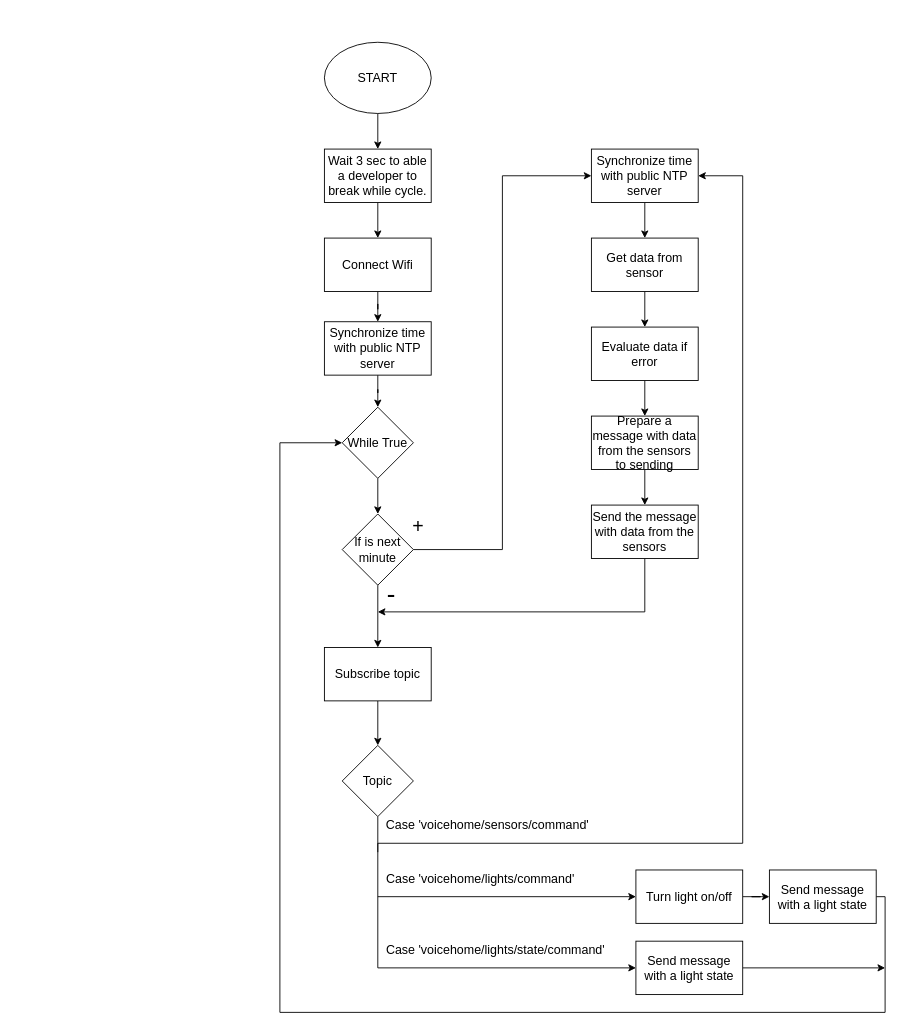
Above: egs/voicehome/doc/thesis/img/esp_diagram.drawio in kitt10/iot (draw.io), before the change. Source tidied: cells renumbered, new cells numbered last; positions are measured from the earlier drawing's top-left corner, leaving out a move shared by most shapes. Both pictures are drawn from the tidied source at 89%, with x=0, y=0 at pixel (279, 42).
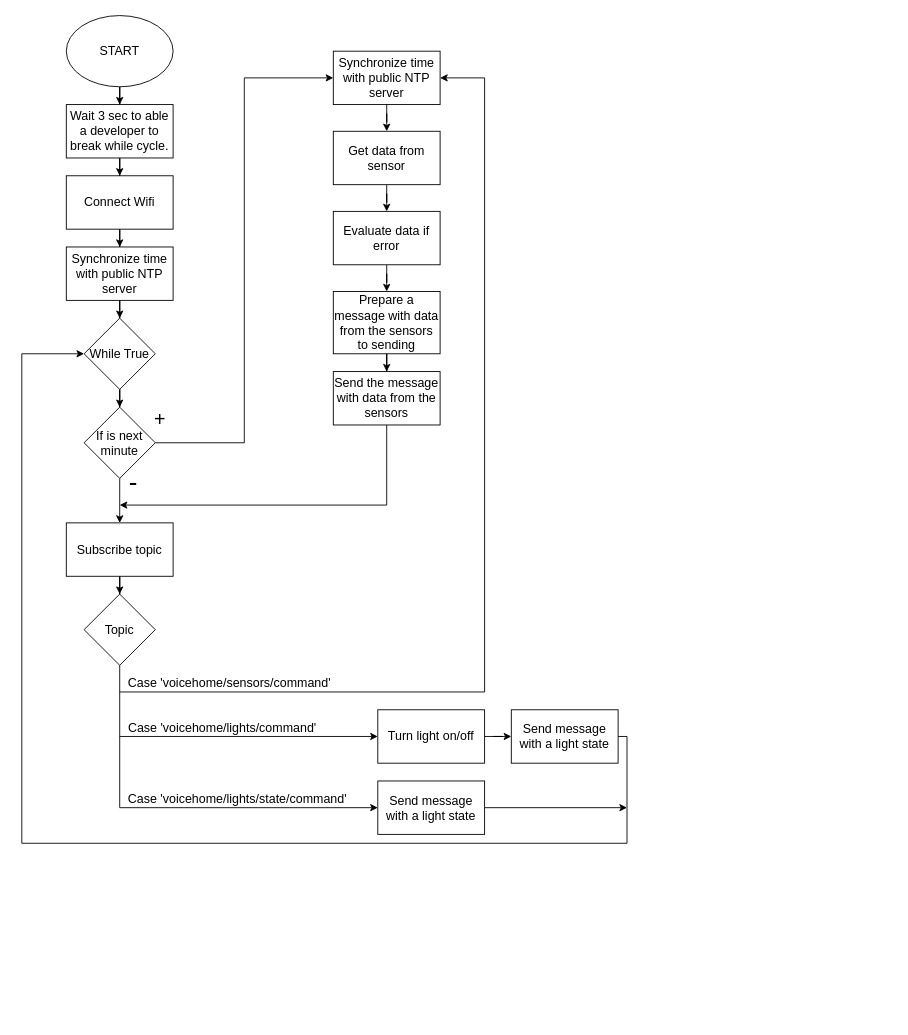
The same page after the edit.

The edit, as a diff of the source:
```diff
@@
     <mxCell id="3" value="START" style="ellipse;whiteSpace=wrap;html=1;fontSize=14;" parent="1" vertex="1">
-      <mxGeometry x="50" width="120" height="80" as="geometry" />
+      <mxGeometry x="-240" y="-30" width="120" height="80" as="geometry" />
     </mxCell>
-    <mxCell id="4" style="edgeStyle=orthogonalEdgeStyle;rounded=0;jettySize=auto;html=1;fontSize=14;" parent="1" edge="1" source="5" target="9">
-      <mxGeometry relative="1" as="geometry" />
-    </mxCell>
+    <mxCell id="42" style="edgeStyle=orthogonalEdgeStyle;rounded=0;jettySize=auto;html=1;fontSize=14;" parent="1" edge="1" source="5" target="44">
+      <mxGeometry relative="1" as="geometry" />
+    </mxCell>
     <mxCell id="5" value="Connect Wifi" style="rounded=0;whiteSpace=wrap;html=1;fontSize=14;" parent="1" vertex="1">
-      <mxGeometry x="50" y="220" width="120" height="60" as="geometry" />
+      <mxGeometry x="-240" y="150" width="120" height="60" as="geometry" />
     </mxCell>
@@
     <mxCell id="7" value="Wait 3 sec to able a developer to break while cycle." style="rounded=0;whiteSpace=wrap;html=1;fontSize=14;" parent="1" vertex="1">
-      <mxGeometry x="50" y="120" width="120" height="60" as="geometry" />
+      <mxGeometry x="-240" y="70" width="120" height="60" as="geometry" />
     </mxCell>
-    <mxCell id="8" style="edgeStyle=orthogonalEdgeStyle;rounded=0;jettySize=auto;html=1;fontSize=14;" parent="1" edge="1" source="9" target="11">
-      <mxGeometry relative="1" as="geometry" />
-    </mxCell>
-    <mxCell id="9" value="Synchronize time with public NTP server" style="rounded=0;whiteSpace=wrap;html=1;fontSize=14;" parent="1" vertex="1">
-      <mxGeometry x="50" y="314" width="120" height="60" as="geometry" />
-    </mxCell>
+    <mxCell id="43" style="edgeStyle=orthogonalEdgeStyle;rounded=0;jettySize=auto;html=1;fontSize=14;" parent="1" edge="1" source="44" target="11">
+      <mxGeometry relative="1" as="geometry" />
+    </mxCell>
+    <mxCell id="44" value="Synchronize time with public NTP server" style="rounded=0;whiteSpace=wrap;html=1;fontSize=14;" parent="1" vertex="1">
+      <mxGeometry x="-240" y="230" width="120" height="60" as="geometry" />
+    </mxCell>
@@
     <mxCell id="11" value="While True" style="rhombus;whiteSpace=wrap;html=1;fontSize=14;" parent="1" vertex="1">
-      <mxGeometry x="70" y="410" width="80" height="80" as="geometry" />
+      <mxGeometry x="-220" y="310" width="80" height="80" as="geometry" />
     </mxCell>
-    <mxCell id="12" style="edgeStyle=orthogonalEdgeStyle;rounded=0;jettySize=auto;html=1;entryX=0;entryY=0.5;entryDx=0;entryDy=0;fontSize=14;" parent="1" edge="1" source="14" target="17">
-      <mxGeometry relative="1" as="geometry" />
-    </mxCell>
+    <mxCell id="45" style="edgeStyle=orthogonalEdgeStyle;rounded=0;jettySize=auto;html=1;entryX=0;entryY=0.5;entryDx=0;entryDy=0;fontSize=14;" parent="1" edge="1" source="14" target="47">
+      <mxGeometry relative="1" as="geometry" />
+    </mxCell>
@@
     <mxCell id="14" value="If is next minute" style="rhombus;whiteSpace=wrap;html=1;fontSize=14;" parent="1" vertex="1">
-      <mxGeometry x="70" y="530" width="80" height="80" as="geometry" />
+      <mxGeometry x="-220" y="410" width="80" height="80" as="geometry" />
     </mxCell>
     <mxCell id="15" value="-" style="text;html=1;align=center;verticalAlign=middle;strokeColor=none;fontSize=29;" parent="1" vertex="1">
-      <mxGeometry x="110" y="600" width="30" height="40" as="geometry" />
+      <mxGeometry x="-180" y="475" width="30" height="40" as="geometry" />
     </mxCell>
-    <mxCell id="16" style="edgeStyle=orthogonalEdgeStyle;rounded=0;jettySize=auto;html=1;fontSize=14;" parent="1" edge="1" source="17" target="19">
-      <mxGeometry relative="1" as="geometry" />
-    </mxCell>
-    <mxCell id="17" value="Synchronize time with public NTP server" style="rounded=0;whiteSpace=wrap;html=1;fontSize=14;" parent="1" vertex="1">
-      <mxGeometry x="350" y="120" width="120" height="60" as="geometry" />
-    </mxCell>
+    <mxCell id="46" style="edgeStyle=orthogonalEdgeStyle;rounded=0;jettySize=auto;html=1;fontSize=14;" parent="1" edge="1" source="47" target="19">
+      <mxGeometry relative="1" as="geometry" />
+    </mxCell>
+    <mxCell id="47" value="Synchronize time with public NTP server" style="rounded=0;whiteSpace=wrap;html=1;fontSize=14;" parent="1" vertex="1">
+      <mxGeometry x="60" y="10" width="120" height="60" as="geometry" />
+    </mxCell>
@@
     <mxCell id="19" value="Get data from sensor" style="rounded=0;whiteSpace=wrap;html=1;fontSize=14;" parent="1" vertex="1">
-      <mxGeometry x="350" y="220" width="120" height="60" as="geometry" />
+      <mxGeometry x="60" y="100" width="120" height="60" as="geometry" />
     </mxCell>
@@
     <mxCell id="21" value="Evaluate data if error" style="rounded=0;whiteSpace=wrap;html=1;fontSize=14;" parent="1" vertex="1">
-      <mxGeometry x="350" y="320" width="120" height="60" as="geometry" />
+      <mxGeometry x="60" y="190" width="120" height="60" as="geometry" />
     </mxCell>
@@
     <mxCell id="23" value="Prepare a message with data from the sensors to sending" style="rounded=0;whiteSpace=wrap;html=1;fontSize=14;" parent="1" vertex="1">
-      <mxGeometry x="350" y="420" width="120" height="60" as="geometry" />
+      <mxGeometry x="60" y="280" width="120" height="70" as="geometry" />
     </mxCell>
-    <mxCell id="24" style="edgeStyle=orthogonalEdgeStyle;rounded=0;jettySize=auto;html=1;fontSize=14;" parent="1" edge="1" source="25">
-      <mxGeometry relative="1" as="geometry">
-        <mxPoint x="110" y="640" as="targetPoint" />
-        <Array as="points">
-          <mxPoint x="410" y="640" />
-        </Array>
-      </mxGeometry>
-    </mxCell>
+    <mxCell id="48" style="edgeStyle=orthogonalEdgeStyle;rounded=0;jettySize=auto;html=1;fontSize=14;" parent="1" edge="1" source="25">
+      <mxGeometry relative="1" as="geometry">
+        <mxPoint x="-180" y="520" as="targetPoint" />
+        <Array as="points">
+          <mxPoint x="120" y="520" />
+          <mxPoint x="-180" y="520" />
+        </Array>
+      </mxGeometry>
+    </mxCell>
     <mxCell id="25" value="Send the message with data from the sensors" style="rounded=0;whiteSpace=wrap;html=1;fontSize=14;" parent="1" vertex="1">
-      <mxGeometry x="350" y="520" width="120" height="60" as="geometry" />
+      <mxGeometry x="60" y="370" width="120" height="60" as="geometry" />
     </mxCell>
-    <mxCell id="26" style="edgeStyle=orthogonalEdgeStyle;rounded=0;jettySize=auto;html=1;entryX=0;entryY=0.5;entryDx=0;entryDy=0;fontSize=14;" parent="1" edge="1" source="27" target="36">
-      <mxGeometry relative="1" as="geometry">
-        <Array as="points">
-          <mxPoint x="110" y="1040" />
-        </Array>
-      </mxGeometry>
-    </mxCell>
+    <mxCell id="49" style="edgeStyle=orthogonalEdgeStyle;rounded=0;jettySize=auto;html=1;entryX=0;entryY=0.5;entryDx=0;entryDy=0;fontSize=14;" parent="1" edge="1" source="27" target="54">
+      <mxGeometry relative="1" as="geometry">
+        <Array as="points">
+          <mxPoint x="-180" y="860" />
+        </Array>
+      </mxGeometry>
+    </mxCell>
     <mxCell id="27" value="Topic" style="rhombus;whiteSpace=wrap;html=1;fontSize=14;" parent="1" vertex="1">
-      <mxGeometry x="70" y="790" width="80" height="80" as="geometry" />
+      <mxGeometry x="-220" y="620" width="80" height="80" as="geometry" />
     </mxCell>
@@
     <mxCell id="29" value="Subscribe topic" style="rounded=0;whiteSpace=wrap;html=1;fontSize=14;" parent="1" vertex="1">
-      <mxGeometry x="50" y="680" width="120" height="60" as="geometry" />
+      <mxGeometry x="-240" y="540" width="120" height="60" as="geometry" />
     </mxCell>
     <mxCell id="30" value="Case&amp;nbsp;'voicehome/lights/command'" style="text;html=1;align=center;verticalAlign=middle;strokeColor=none;fontSize=14;" parent="1" vertex="1">
-      <mxGeometry x="110" y="930" width="230" height="20" as="geometry" />
+      <mxGeometry x="-180" y="760" width="230" height="20" as="geometry" />
     </mxCell>
-    <mxCell id="31" style="endArrow=classic;html=1;fontSize=14;entryX=0;entryY=0.5;entryDx=0;entryDy=0;" parent="1" edge="1" target="38">
-      <mxGeometry relative="1" as="geometry">
-        <mxPoint x="110" y="960" as="sourcePoint" />
-      </mxGeometry>
-    </mxCell>
-    <mxCell id="32" style="edgeStyle=none;rounded=0;jettySize=auto;html=1;entryX=0;entryY=0.5;entryDx=0;entryDy=0;fontSize=14;" parent="1" edge="1" source="33" target="11">
-      <mxGeometry relative="1" as="geometry">
-        <Array as="points">
-          <mxPoint x="680" y="960" />
-          <mxPoint x="680" y="1090" />
-          <mxPoint y="1090" />
-          <mxPoint y="450" />
-        </Array>
-      </mxGeometry>
-    </mxCell>
-    <mxCell id="33" value="Send message with a light state" style="rounded=0;whiteSpace=wrap;html=1;fontSize=14;" parent="1" vertex="1">
-      <mxGeometry x="550" y="930" width="120" height="60" as="geometry" />
-    </mxCell>
+    <mxCell id="50" style="endArrow=classic;html=1;fontSize=14;entryX=0;entryY=0.5;entryDx=0;entryDy=0;" parent="1" edge="1" target="38">
+      <mxGeometry relative="1" as="geometry">
+        <mxPoint x="-180" y="780" as="sourcePoint" />
+      </mxGeometry>
+    </mxCell>
+    <mxCell id="51" style="edgeStyle=none;rounded=0;jettySize=auto;html=1;entryX=0;entryY=0.5;entryDx=0;entryDy=0;fontSize=14;" parent="1" edge="1" source="52" target="11">
+      <mxGeometry relative="1" as="geometry">
+        <Array as="points">
+          <mxPoint x="390" y="780" />
+          <mxPoint x="390" y="900" />
+          <mxPoint x="-290" y="900" />
+          <mxPoint x="-290" y="350" />
+        </Array>
+      </mxGeometry>
+    </mxCell>
+    <mxCell id="52" value="Send message with a light state" style="rounded=0;whiteSpace=wrap;html=1;fontSize=14;" parent="1" vertex="1">
+      <mxGeometry x="260" y="750" width="120" height="60" as="geometry" />
+    </mxCell>
     <mxCell id="34" value="Case&amp;nbsp;'voicehome/lights/state/command'" style="text;html=1;align=center;verticalAlign=middle;strokeColor=none;fontSize=14;" parent="1" vertex="1">
-      <mxGeometry x="112" y="1010" width="260" height="20" as="geometry" />
+      <mxGeometry x="-178" y="840" width="260" height="20" as="geometry" />
     </mxCell>
-    <mxCell id="35" style="edgeStyle=none;rounded=0;jettySize=auto;html=1;fontSize=14;" parent="1" edge="1" source="36">
-      <mxGeometry relative="1" as="geometry">
-        <mxPoint x="680" y="1040" as="targetPoint" />
-      </mxGeometry>
-    </mxCell>
-    <mxCell id="36" value="Send message with a light state" style="rounded=0;whiteSpace=wrap;html=1;fontSize=14;" parent="1" vertex="1">
-      <mxGeometry x="400" y="1010" width="120" height="60" as="geometry" />
-    </mxCell>
-    <mxCell id="37" style="edgeStyle=orthogonalEdgeStyle;rounded=0;jettySize=auto;html=1;fontSize=14;" parent="1" edge="1" source="38" target="33">
-      <mxGeometry relative="1" as="geometry" />
-    </mxCell>
+    <mxCell id="53" style="edgeStyle=none;rounded=0;jettySize=auto;html=1;fontSize=14;" parent="1" edge="1" source="54">
+      <mxGeometry relative="1" as="geometry">
+        <mxPoint x="390" y="860" as="targetPoint" />
+      </mxGeometry>
+    </mxCell>
+    <mxCell id="54" value="Send message with a light state" style="rounded=0;whiteSpace=wrap;html=1;fontSize=14;" parent="1" vertex="1">
+      <mxGeometry x="110" y="830" width="120" height="60" as="geometry" />
+    </mxCell>
+    <mxCell id="55" style="edgeStyle=orthogonalEdgeStyle;rounded=0;jettySize=auto;html=1;fontSize=14;" parent="1" edge="1" source="38" target="52">
+      <mxGeometry relative="1" as="geometry" />
+    </mxCell>
     <mxCell id="38" value="Turn light on/off" style="rounded=0;whiteSpace=wrap;html=1;fontSize=14;" parent="1" vertex="1">
-      <mxGeometry x="400" y="930" width="120" height="60" as="geometry" />
+      <mxGeometry x="110" y="750" width="120" height="60" as="geometry" />
     </mxCell>
     <mxCell id="39" value="Case&amp;nbsp;'voicehome/sensors/command'" style="text;html=1;align=center;verticalAlign=middle;strokeColor=none;fontSize=14;" parent="1" vertex="1">
-      <mxGeometry x="113" y="870" width="240" height="20" as="geometry" />
+      <mxGeometry x="-177" y="710" width="240" height="20" as="geometry" />
     </mxCell>
-    <mxCell id="40" style="edgeStyle=orthogonalEdgeStyle;rounded=0;jettySize=auto;html=1;entryX=1;entryY=0.5;entryDx=0;entryDy=0;fontSize=14;" parent="1" edge="1" target="17">
-      <mxGeometry relative="1" as="geometry">
-        <mxPoint x="110" y="910" as="sourcePoint" />
-        <Array as="points">
-          <mxPoint x="110" y="900" />
-          <mxPoint x="520" y="900" />
-          <mxPoint x="520" y="150" />
-        </Array>
-      </mxGeometry>
-    </mxCell>
+    <mxCell id="56" style="edgeStyle=orthogonalEdgeStyle;rounded=0;jettySize=auto;html=1;entryX=1;entryY=0.5;entryDx=0;entryDy=0;fontSize=14;" parent="1" edge="1" target="47">
+      <mxGeometry relative="1" as="geometry">
+        <mxPoint x="-180" y="730" as="sourcePoint" />
+        <Array as="points">
+          <mxPoint x="-180" y="730" />
+          <mxPoint x="230" y="730" />
+          <mxPoint x="230" y="40" />
+        </Array>
+      </mxGeometry>
+    </mxCell>
     <mxCell id="41" value="+" style="text;html=1;align=center;verticalAlign=middle;strokeColor=none;fontSize=22;" parent="1" vertex="1">
-      <mxGeometry x="140" y="530" width="30" height="30" as="geometry" />
+      <mxGeometry x="-150" y="410" width="30" height="30" as="geometry" />
     </mxCell>
```
